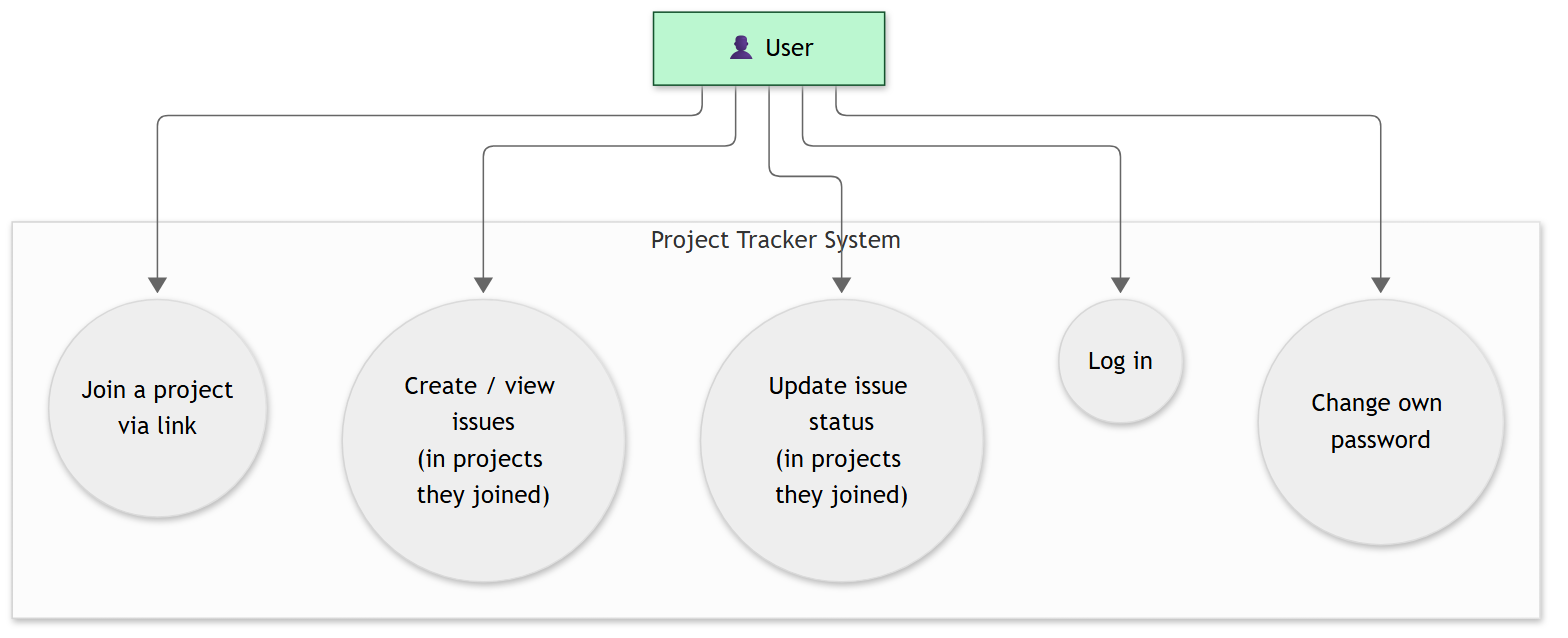
This is docs/diagrams/usecase-user.png from parutworkmail/Project-Tracker, a Mermaid export, as it was before one commit. Its source is kept beside it as docs/diagrams/usecase-user.mmd.
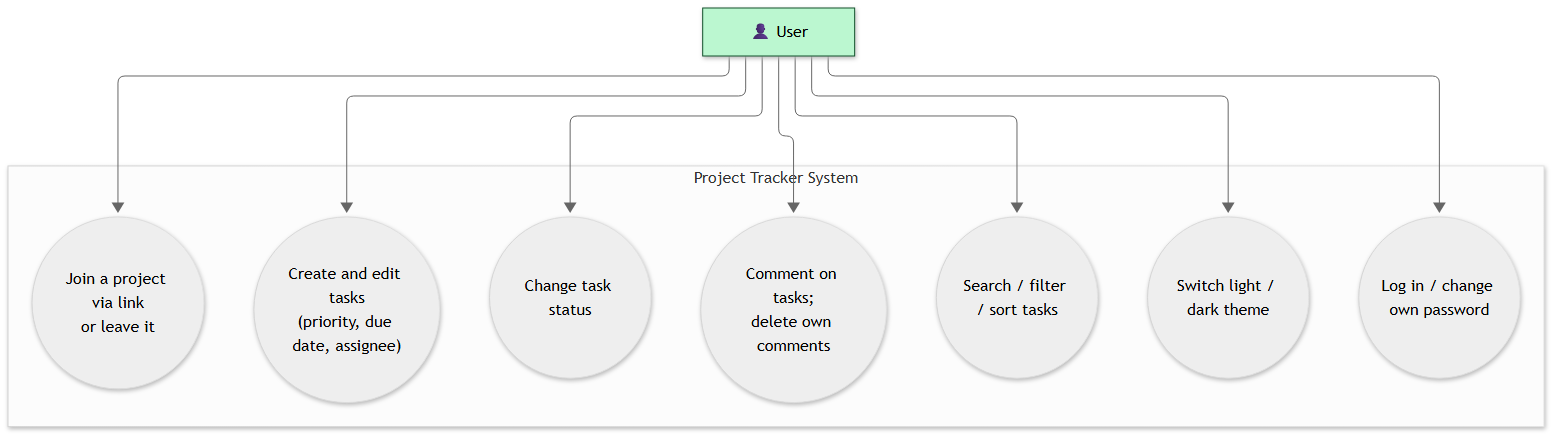
The same file after the commit.

What changed in the source:
```diff
@@ -4,13 +4,15 @@
 
     subgraph SYS["Project Tracker System"]
         direction TB
-        UC1(("Join a project<br/>via link"))
-        UC2(("Create / view issues<br/>(in projects they joined)"))
-        UC3(("Update issue status<br/>(in projects they joined)"))
-        UC4(("Log in"))
-        UC5(("Change own password"))
+        UC1(("Join a project via link<br/>or leave it"))
+        UC2(("Create and edit tasks<br/>(priority, due date, assignee)"))
+        UC3(("Change task status"))
+        UC4(("Comment on tasks;<br/>delete own comments"))
+        UC5(("Search / filter / sort tasks"))
+        UC6(("Switch light / dark theme"))
+        UC7(("Log in / change own password"))
     end
 
-    US --> UC1 & UC2 & UC3 & UC4 & UC5
+    US --> UC1 & UC2 & UC3 & UC4 & UC5 & UC6 & UC7
 
     style US fill:#bbf7d0,stroke:#14532d
```
